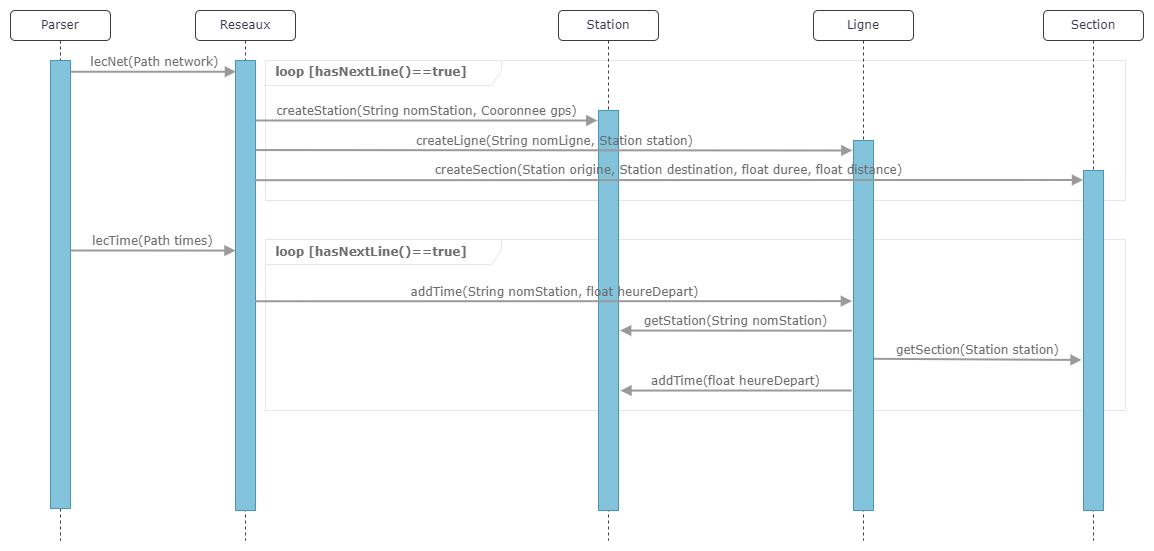
This is Diagrammes/Parsage.png from DanyHamimi/MapMyWay, a draw.io export, as it was before one commit. Source tidied: cells renumbered, new cells last; positions are measured from the earlier drawing's top-left corner, leaving out a move shared by most shapes.
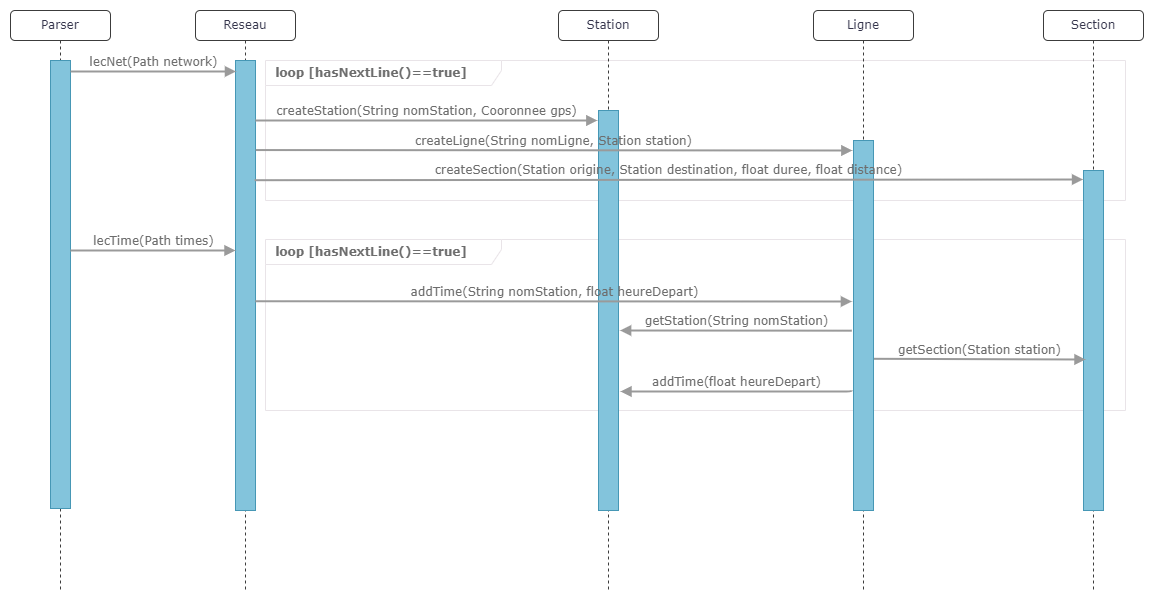
After the change.

The edit, as a diff of the source:
```diff
@@ -2,8 +2,8 @@
   <root>
     <mxCell id="0" />
     <mxCell id="1" parent="0" />
-    <mxCell id="2" value="Reseaux" style="shape=umlLifeline;perimeter=lifelinePerimeter;whiteSpace=wrap;html=1;rounded=1;shadow=0;comic=0;labelBackgroundColor=none;strokeWidth=1;fontFamily=Verdana;fontSize=12;align=center;size=30;strokeColor=#3c3c3c;fontColor=#35354c;" parent="1" vertex="1">
-      <mxGeometry x="185" width="100" height="530" as="geometry" />
+    <mxCell id="2" value="Reseau" style="shape=umlLifeline;perimeter=lifelinePerimeter;whiteSpace=wrap;html=1;rounded=1;shadow=0;comic=0;labelBackgroundColor=none;strokeWidth=1;fontFamily=Verdana;fontSize=12;align=center;size=30;strokeColor=#3c3c3c;fontColor=#35354c;" parent="1" vertex="1">
+      <mxGeometry x="185" width="100" height="580" as="geometry" />
     </mxCell>
     <mxCell id="3" style="html=1;points=[];perimeter=orthogonalPerimeter;rounded=0;shadow=0;comic=0;labelBackgroundColor=none;strokeWidth=1;fontFamily=Verdana;fontSize=12;align=center;fillColor=#83c4dc;strokeColor=#4697b5;fontColor=default;glass=0;" parent="2" vertex="1">
       <mxGeometry x="40" y="50" width="20" height="450" as="geometry" />
@@ -21,19 +21,19 @@
       </mxGeometry>
     </mxCell>
     <mxCell id="7" value="Station" style="shape=umlLifeline;perimeter=lifelinePerimeter;whiteSpace=wrap;html=1;rounded=1;shadow=0;comic=0;labelBackgroundColor=none;strokeWidth=1;fontFamily=Verdana;fontSize=12;align=center;size=30;fontColor=#35354c;strokeColor=#3c3c3c;" parent="1" vertex="1">
-      <mxGeometry x="548" width="100" height="530" as="geometry" />
+      <mxGeometry x="548" width="100" height="580" as="geometry" />
     </mxCell>
     <mxCell id="8" style="html=1;points=[];perimeter=orthogonalPerimeter;rounded=0;shadow=0;comic=0;labelBackgroundColor=none;strokeWidth=1;fontFamily=Verdana;fontSize=12;align=center;fillColor=#83c4dc;strokeColor=#4697b5;fontColor=default;glass=0;" parent="7" vertex="1">
       <mxGeometry x="40" y="100" width="20" height="400" as="geometry" />
     </mxCell>
     <mxCell id="9" value="Ligne" style="shape=umlLifeline;perimeter=lifelinePerimeter;whiteSpace=wrap;html=1;rounded=1;shadow=0;comic=0;labelBackgroundColor=none;strokeWidth=1;fontFamily=Verdana;fontSize=12;align=center;size=30;strokeColor=#3c3c3c;fontColor=#35354c;" parent="1" vertex="1">
-      <mxGeometry x="803" width="100" height="530" as="geometry" />
+      <mxGeometry x="803" width="100" height="580" as="geometry" />
     </mxCell>
     <mxCell id="10" value="Section" style="shape=umlLifeline;perimeter=lifelinePerimeter;whiteSpace=wrap;html=1;rounded=1;shadow=0;comic=0;labelBackgroundColor=none;strokeWidth=1;fontFamily=Verdana;fontSize=12;align=center;size=30;strokeColor=#3c3c3c;fontColor=#35354c;" parent="1" vertex="1">
-      <mxGeometry x="1033" width="100" height="530" as="geometry" />
+      <mxGeometry x="1033" width="100" height="580" as="geometry" />
     </mxCell>
     <mxCell id="11" value="Parser" style="shape=umlLifeline;perimeter=lifelinePerimeter;whiteSpace=wrap;html=1;rounded=1;shadow=0;comic=0;labelBackgroundColor=none;strokeWidth=1;fontFamily=Verdana;fontSize=12;align=center;size=30;strokeColor=#3c3c3c;fontColor=#35354c;" parent="1" vertex="1">
-      <mxGeometry width="100" height="530" as="geometry" />
+      <mxGeometry width="100" height="580" as="geometry" />
     </mxCell>
     <mxCell id="12" style="html=1;points=[];perimeter=orthogonalPerimeter;rounded=0;shadow=0;comic=0;labelBackgroundColor=none;strokeWidth=1;fontFamily=Verdana;fontSize=12;align=center;fillColor=#83c4dc;strokeColor=#4697b5;glass=0;" parent="11" vertex="1">
       <mxGeometry x="40" y="50" width="20" height="448" as="geometry" />
@@ -78,7 +78,7 @@
     <mxCell id="21" value="getStation(String nomStation)" style="html=1;verticalAlign=bottom;endArrow=block;labelBackgroundColor=none;fontFamily=Verdana;fontSize=12;edgeStyle=elbowEdgeStyle;elbow=vertical;strokeColor=#9a9a9a;fontColor=#6d6d6d;fillColor=#bac8d3;strokeWidth=2;exitX=-0.083;exitY=0.514;exitDx=0;exitDy=0;exitPerimeter=0;entryX=1.081;entryY=0.552;entryDx=0;entryDy=0;entryPerimeter=0;" parent="1" edge="1" source="13" target="8">
       <mxGeometry relative="1" as="geometry" />
     </mxCell>
-    <mxCell id="22" value="getSection(Station station)" style="html=1;verticalAlign=bottom;endArrow=block;labelBackgroundColor=none;fontFamily=Verdana;fontSize=12;edgeStyle=elbowEdgeStyle;elbow=vertical;strokeColor=#9a9a9a;fontColor=#6d6d6d;fillColor=#bac8d3;strokeWidth=2;entryX=-0.095;entryY=0.559;entryDx=0;entryDy=0;entryPerimeter=0;exitX=1.021;exitY=0.59;exitDx=0;exitDy=0;exitPerimeter=0;" parent="1" edge="1" source="13" target="15">
+    <mxCell id="22" value="getSection(Station station)" style="html=1;verticalAlign=bottom;endArrow=block;labelBackgroundColor=none;fontFamily=Verdana;fontSize=12;edgeStyle=elbowEdgeStyle;elbow=vertical;strokeColor=#9a9a9a;fontColor=#6d6d6d;fillColor=#bac8d3;strokeWidth=2;exitX=1.021;exitY=0.59;exitDx=0;exitDy=0;exitPerimeter=0;entryX=0.1;entryY=0.556;entryDx=0;entryDy=0;entryPerimeter=0;" parent="1" edge="1" source="13" target="15">
       <mxGeometry relative="1" as="geometry" />
     </mxCell>
   </root>
```
